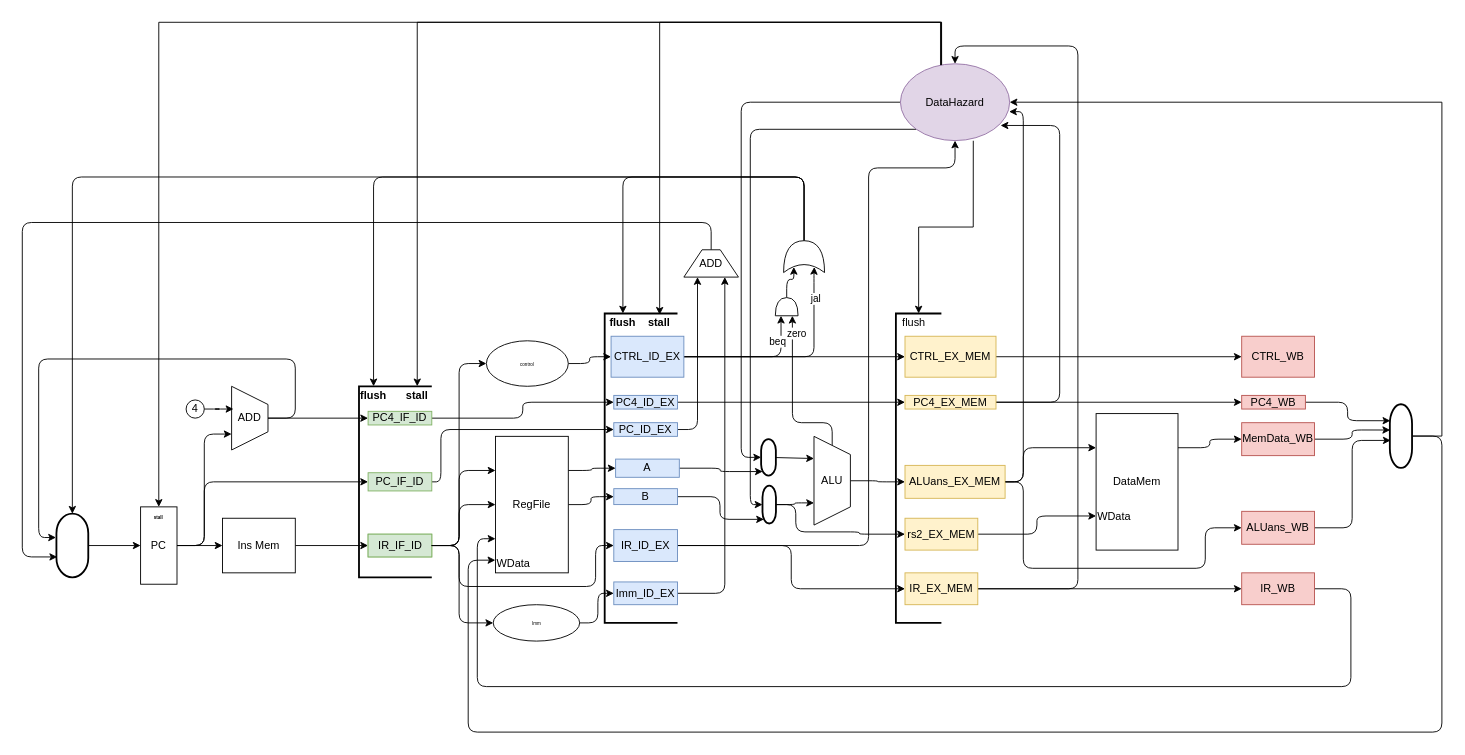
Earlier version of the draw.io diagram riscv_cpu_pipeline/Untitled Diagram.drawio (xyzustc/vvd-lab). Source tidied: cells renumbered, new cells numbered last; positions are measured from the earlier drawing's top-left corner, leaving out a move shared by most shapes. Both pictures are drawn from the tidied source at 91%, with x=0, y=0 at pixel (22, 22).
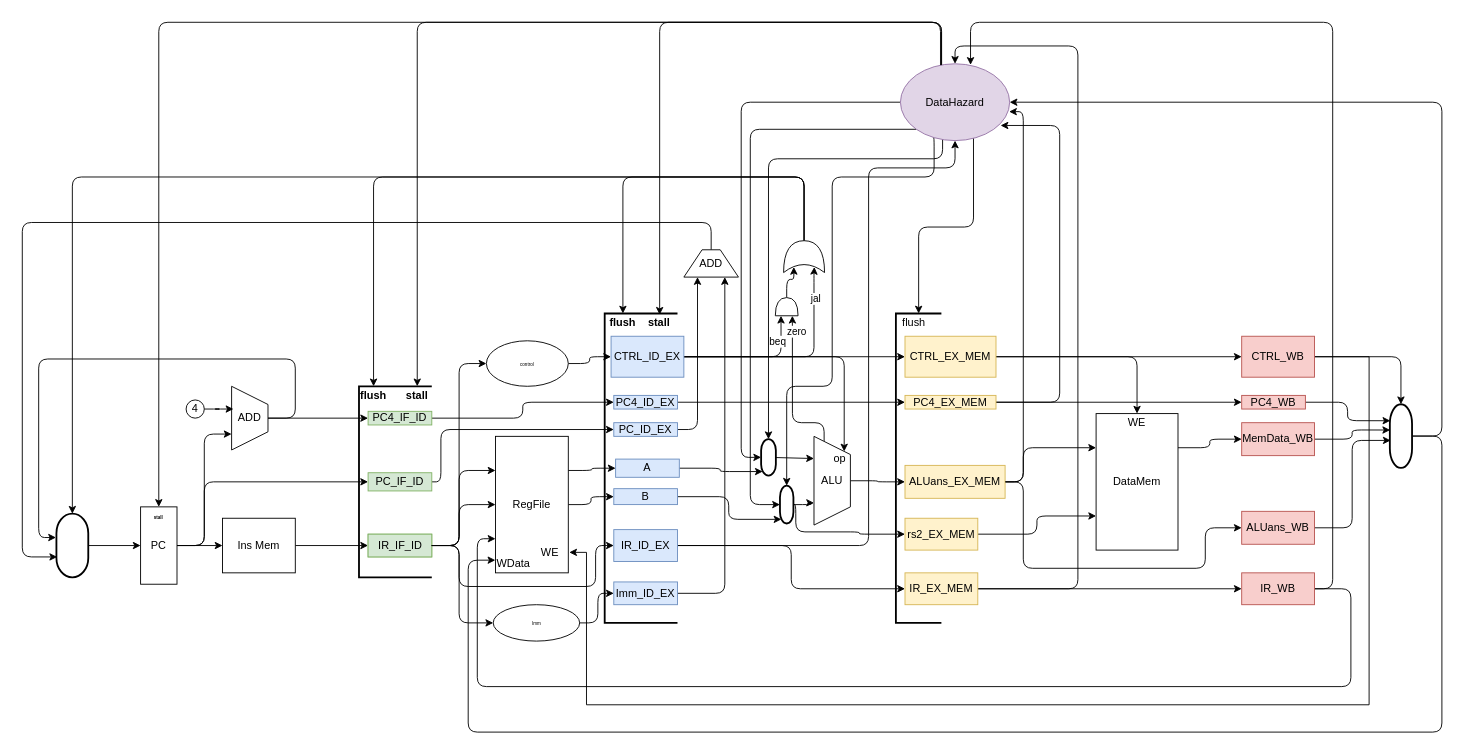
The same page after the edit.

Unchanged cells that the change refers to:
```xml
<mxCell id="20" style="strokeWidth=2;html=1;shape=mxgraph.flowchart.terminator;whiteSpace=wrap;rotation=90;" parent="1" vertex="1">
  <mxGeometry x="1480" y="442.5" width="70" height="24.4" as="geometry" />
</mxCell>
<mxCell id="46" value="CTRL_ID_EX" style="whiteSpace=wrap;html=1;fillColor=#dae8fc;strokeColor=#6c8ebf;" parent="1" vertex="1">
  <mxGeometry x="647" y="345" width="80" height="45" as="geometry" />
</mxCell>
<mxCell id="61" style="strokeWidth=2;html=1;shape=mxgraph.flowchart.terminator;whiteSpace=wrap;rotation=90;" parent="1" vertex="1">
  <mxGeometry x="800" y="470" width="40" height="16.2" as="geometry" />
</mxCell>
<mxCell id="69" value="rs2_EX_MEM" style="whiteSpace=wrap;html=1;fillColor=#fff2cc;strokeColor=#d6b656;" parent="1" vertex="1">
  <mxGeometry x="970" y="545" width="80" height="35" as="geometry" />
</mxCell>
<mxCell id="74" value="CTRL_EX_MEM" style="whiteSpace=wrap;html=1;fillColor=#fff2cc;strokeColor=#d6b656;" parent="1" vertex="1">
  <mxGeometry x="970" y="345" width="100" height="45" as="geometry" />
</mxCell>
<mxCell id="77" value="IR_WB" style="whiteSpace=wrap;html=1;fillColor=#f8cecc;strokeColor=#b85450;" parent="1" vertex="1">
  <mxGeometry x="1340" y="605" width="80" height="35" as="geometry" />
</mxCell>
<mxCell id="84" value="CTRL_WB" style="whiteSpace=wrap;html=1;fillColor=#f8cecc;strokeColor=#b85450;" parent="1" vertex="1">
  <mxGeometry x="1340" y="345" width="80" height="45" as="geometry" />
</mxCell>
<mxCell id="87" style="shape=or;whiteSpace=wrap;html=1;rotation=-90;" parent="1" vertex="1">
  <mxGeometry x="830" y="300" width="20" height="25" as="geometry" />
</mxCell>
<mxCell id="97" value="&lt;b&gt;stall&lt;/b&gt;" style="text;html=1;strokeColor=none;fillColor=none;align=center;verticalAlign=middle;whiteSpace=wrap;" parent="94" vertex="1">
  <mxGeometry x="48" width="32" height="20" as="geometry" />
</mxCell>
<mxCell id="99" style="strokeWidth=2;html=1;shape=mxgraph.flowchart.annotation_1;align=left;" parent="98" vertex="1">
  <mxGeometry width="80" height="340" as="geometry" />
</mxCell>
<mxCell id="102" style="group;" parent="1" vertex="1">
  <mxGeometry x="520" y="455" width="80" height="150" as="geometry" />
</mxCell>
<mxCell id="103" value="RegFile" style="whiteSpace=wrap;html=1;" parent="102" vertex="1">
  <mxGeometry width="80" height="150" as="geometry" />
</mxCell>
<mxCell id="109" value="DataHazard" style="ellipse;whiteSpace=wrap;html=1;fillColor=#e1d5e7;strokeColor=#9673a6;" parent="1" vertex="1">
  <mxGeometry x="965" y="45.6" width="120" height="84.4" as="geometry" />
</mxCell>
<mxCell id="110" style="group;" parent="1" vertex="1">
  <mxGeometry x="1180" y="430" width="90" height="150" as="geometry" />
</mxCell>
<mxCell id="116" value="PC" style="whiteSpace=wrap;html=1;" parent="115" vertex="1">
  <mxGeometry width="40" height="85" as="geometry" />
</mxCell>
<mxCell id="118" style="strokeWidth=2;html=1;shape=mxgraph.flowchart.annotation_1;align=left;" parent="1" vertex="1">
  <mxGeometry x="960" y="320" width="50" height="340" as="geometry" />
</mxCell>
```

What changed in the source:
```diff
@@
-    <mxCell id="19" style="edgeStyle=orthogonalEdgeStyle;rounded=0;jettySize=auto;html=1;entryX=1;entryY=0.5;entryDx=0;entryDy=0;" parent="1" edge="1" source="20" target="109">
+    <mxCell id="19" style="edgeStyle=orthogonalEdgeStyle;jettySize=auto;html=1;entryX=1;entryY=0.5;entryDx=0;entryDy=0;" parent="1" edge="1" source="20" target="109">
       <mxGeometry relative="1" as="geometry">
         <Array as="points">
           <mxPoint x="1560" y="455" />
           <mxPoint x="1560" y="88" />
         </Array>
       </mxGeometry>
     </mxCell>
@@
+    <mxCell id="120" style="edgeStyle=orthogonalEdgeStyle;jettySize=auto;html=1;entryX=0;entryY=0;entryDx=0;entryDy=0;" parent="1" edge="1" source="46" target="59">
+      <mxGeometry relative="1" as="geometry" />
+    </mxCell>
@@
-    <mxCell id="57" style="edgeStyle=orthogonalEdgeStyle;jettySize=auto;html=1;exitX=0;exitY=0.5;exitDx=0;exitDy=0;entryX=0;entryY=0.75;entryDx=0;entryDy=0;entryPerimeter=0;" parent="1" edge="1" source="59" target="87">
+    <mxCell id="57" style="edgeStyle=orthogonalEdgeStyle;jettySize=auto;html=1;exitX=0;exitY=0.75;exitDx=0;exitDy=0;entryX=0;entryY=0.75;entryDx=0;entryDy=0;entryPerimeter=0;" parent="1" edge="1" source="59" target="87">
       <mxGeometry relative="1" as="geometry">
         <Array as="points">
-          <mxPoint x="890" y="440" />
+          <mxPoint x="881" y="440" />
           <mxPoint x="846" y="440" />
         </Array>
       </mxGeometry>
     </mxCell>
@@
-    <mxCell id="59" value="ALU" style="shape=trapezoid;perimeter=trapezoidPerimeter;whiteSpace=wrap;html=1;fixedSize=1;direction=south;" parent="1" vertex="1">
-      <mxGeometry x="870" y="455" width="40" height="97.5" as="geometry" />
-    </mxCell>
@@
-    <mxCell id="63" style="edgeStyle=orthogonalEdgeStyle;jettySize=auto;html=1;entryX=0;entryY=0.5;entryDx=0;entryDy=0;fontSize=5;" parent="1" edge="1" source="64" target="69">
+    <mxCell id="63" style="edgeStyle=orthogonalEdgeStyle;jettySize=auto;html=1;entryX=0;entryY=0.5;entryDx=0;entryDy=0;fontSize=5;exitX=0.5;exitY=0;exitDx=0;exitDy=0;exitPerimeter=0;" parent="1" edge="1" source="64" target="69">
       <mxGeometry relative="1" as="geometry">
         <Array as="points">
           <mxPoint x="850" y="530" />
           <mxPoint x="850" y="560" />
           <mxPoint x="920" y="560" />
           <mxPoint x="920" y="563" />
         </Array>
       </mxGeometry>
     </mxCell>
     <mxCell id="64" style="strokeWidth=2;html=1;shape=mxgraph.flowchart.terminator;whiteSpace=wrap;rotation=90;" parent="1" vertex="1">
-      <mxGeometry x="800" y="522.6" width="41.6" height="14.8" as="geometry" />
+      <mxGeometry x="819.2" y="522.6" width="41.6" height="14.8" as="geometry" />
     </mxCell>
@@
+    <mxCell id="121" style="edgeStyle=orthogonalEdgeStyle;jettySize=auto;html=1;entryX=0.5;entryY=0;entryDx=0;entryDy=0;" parent="1" edge="1" source="74" target="111">
+      <mxGeometry relative="1" as="geometry" />
+    </mxCell>
@@
+    <mxCell id="122" style="edgeStyle=orthogonalEdgeStyle;jettySize=auto;html=1;entryX=0.642;entryY=0.014;entryDx=0;entryDy=0;entryPerimeter=0;" parent="1" edge="1" source="77" target="109">
+      <mxGeometry relative="1" as="geometry">
+        <Array as="points">
+          <mxPoint x="1440" y="623" />
+          <mxPoint x="1440" />
+          <mxPoint x="1042" />
+        </Array>
+      </mxGeometry>
+    </mxCell>
@@
+    <mxCell id="123" style="edgeStyle=orthogonalEdgeStyle;jettySize=auto;html=1;entryX=0;entryY=0.5;entryDx=0;entryDy=0;entryPerimeter=0;" parent="1" edge="1" source="84" target="20">
+      <mxGeometry relative="1" as="geometry" />
+    </mxCell>
+    <mxCell id="124" style="edgeStyle=orthogonalEdgeStyle;rounded=0;jettySize=auto;html=1;entryX=1.013;entryY=0.85;entryDx=0;entryDy=0;entryPerimeter=0;" parent="1" edge="1" source="84" target="103">
+      <mxGeometry relative="1" as="geometry">
+        <Array as="points">
+          <mxPoint x="1480" y="368" />
+          <mxPoint x="1480" y="750" />
+          <mxPoint x="620" y="750" />
+          <mxPoint x="620" y="583" />
+        </Array>
+      </mxGeometry>
+    </mxCell>
@@
+    <mxCell id="125" value="WE" style="text;html=1;strokeColor=none;fillColor=none;align=center;verticalAlign=middle;whiteSpace=wrap;rounded=0;" parent="102" vertex="1">
+      <mxGeometry x="40" y="115" width="40" height="25" as="geometry" />
+    </mxCell>
@@
-    <mxCell id="107" style="edgeStyle=orthogonalEdgeStyle;rounded=0;jettySize=auto;html=1;exitX=0.375;exitY=0.052;exitDx=0;exitDy=0;exitPerimeter=0;entryX=0.5;entryY=0;entryDx=0;entryDy=0;" parent="1" edge="1" source="109" target="116">
+    <mxCell id="107" style="edgeStyle=orthogonalEdgeStyle;jettySize=auto;html=1;exitX=0.375;exitY=0.052;exitDx=0;exitDy=0;exitPerimeter=0;entryX=0.5;entryY=0;entryDx=0;entryDy=0;" parent="1" edge="1" source="109" target="116">
       <mxGeometry relative="1" as="geometry">
         <Array as="points">
           <mxPoint x="1010" />
           <mxPoint x="150" />
         </Array>
       </mxGeometry>
     </mxCell>
-    <mxCell id="108" style="edgeStyle=orthogonalEdgeStyle;rounded=0;jettySize=auto;html=1;exitX=0.667;exitY=1.002;exitDx=0;exitDy=0;entryX=0.5;entryY=0;entryDx=0;entryDy=0;entryPerimeter=0;exitPerimeter=0;" parent="1" edge="1" source="109" target="118">
+    <mxCell id="108" style="edgeStyle=orthogonalEdgeStyle;jettySize=auto;html=1;exitX=0.669;exitY=0.961;exitDx=0;exitDy=0;entryX=0.5;entryY=0;entryDx=0;entryDy=0;entryPerimeter=0;exitPerimeter=0;" parent="1" edge="1" source="109" target="118">
       <mxGeometry relative="1" as="geometry" />
     </mxCell>
+    <mxCell id="126" style="edgeStyle=orthogonalEdgeStyle;jettySize=auto;html=1;exitX=0.386;exitY=0.981;exitDx=0;exitDy=0;entryX=0;entryY=0.5;entryDx=0;entryDy=0;entryPerimeter=0;exitPerimeter=0;" parent="1" edge="1" source="109" target="61">
+      <mxGeometry relative="1" as="geometry">
+        <Array as="points">
+          <mxPoint x="1011" y="150" />
+          <mxPoint x="820" y="150" />
+        </Array>
+      </mxGeometry>
+    </mxCell>
+    <mxCell id="127" style="edgeStyle=orthogonalEdgeStyle;jettySize=auto;html=1;exitX=0.297;exitY=0.954;exitDx=0;exitDy=0;entryX=0;entryY=0.5;entryDx=0;entryDy=0;entryPerimeter=0;exitPerimeter=0;" parent="1" edge="1" source="109" target="64">
+      <mxGeometry relative="1" as="geometry">
+        <Array as="points">
+          <mxPoint x="1002" y="126" />
+          <mxPoint x="1002" y="170" />
+          <mxPoint x="890" y="170" />
+          <mxPoint x="890" y="400" />
+          <mxPoint x="840" y="400" />
+        </Array>
+      </mxGeometry>
+    </mxCell>
@@
+    <mxCell id="112" value="WData" style="text;html=1;strokeColor=none;fillColor=none;align=center;verticalAlign=middle;whiteSpace=wrap;" parent="110" vertex="1">
+      <mxGeometry y="102.5" width="40" height="20" as="geometry" />
+    </mxCell>
+    <mxCell id="128" style="group;" parent="110" vertex="1">
+      <mxGeometry width="90" height="150" as="geometry" />
+    </mxCell>
-    <mxCell id="111" value="DataMem" style="whiteSpace=wrap;html=1;" parent="110" vertex="1">
+    <mxCell id="111" value="DataMem" style="whiteSpace=wrap;html=1;" parent="128" vertex="1">
       <mxGeometry width="90" height="150" as="geometry" />
     </mxCell>
-    <mxCell id="112" value="WData" style="text;html=1;strokeColor=none;fillColor=none;align=center;verticalAlign=middle;whiteSpace=wrap;" parent="110" vertex="1">
-      <mxGeometry y="102.5" width="40" height="20" as="geometry" />
-    </mxCell>
+    <mxCell id="129" value="WE" style="text;html=1;strokeColor=none;fillColor=none;align=center;verticalAlign=middle;whiteSpace=wrap;" parent="128" vertex="1">
+      <mxGeometry x="25" width="40" height="20" as="geometry" />
+    </mxCell>
-    <mxCell id="113" style="edgeStyle=orthogonalEdgeStyle;rounded=0;jettySize=auto;html=1;entryX=0.5;entryY=0;entryDx=0;entryDy=0;" parent="1" edge="1" target="97">
+    <mxCell id="113" style="edgeStyle=orthogonalEdgeStyle;jettySize=auto;html=1;entryX=0.5;entryY=0;entryDx=0;entryDy=0;" parent="1" edge="1" target="97">
       <mxGeometry relative="1" as="geometry">
         <mxPoint x="1009" y="47" as="sourcePoint" />
         <Array as="points">
           <mxPoint x="1009" />
           <mxPoint x="434" />
         </Array>
       </mxGeometry>
     </mxCell>
-    <mxCell id="114" style="edgeStyle=orthogonalEdgeStyle;rounded=0;jettySize=auto;html=1;exitX=0.377;exitY=0.016;exitDx=0;exitDy=0;exitPerimeter=0;entryX=0.755;entryY=0.004;entryDx=0;entryDy=0;entryPerimeter=0;" parent="1" edge="1" source="109" target="99">
+    <mxCell id="114" style="edgeStyle=orthogonalEdgeStyle;jettySize=auto;html=1;exitX=0.377;exitY=0.016;exitDx=0;exitDy=0;exitPerimeter=0;entryX=0.755;entryY=0.004;entryDx=0;entryDy=0;entryPerimeter=0;" parent="1" edge="1" source="109" target="99">
       <mxGeometry relative="1" as="geometry">
         <Array as="points">
           <mxPoint x="1010" />
           <mxPoint x="700" />
         </Array>
       </mxGeometry>
     </mxCell>
@@
-    <mxCell id="119" value="flush" style="text;html=1;strokeColor=none;fillColor=none;align=center;verticalAlign=middle;whiteSpace=wrap;rounded=0;" parent="1" vertex="1">
+    <mxCell id="119" value="flush" style="text;html=1;strokeColor=none;fillColor=none;align=center;verticalAlign=middle;whiteSpace=wrap;" parent="1" vertex="1">
       <mxGeometry x="960" y="320" width="40" height="20" as="geometry" />
     </mxCell>
+    <mxCell id="130" style="group;" parent="1" vertex="1">
+      <mxGeometry x="870" y="455" width="40" height="97.5" as="geometry" />
+    </mxCell>
+    <mxCell id="59" value="ALU" style="shape=trapezoid;perimeter=trapezoidPerimeter;whiteSpace=wrap;html=1;fixedSize=1;direction=south;" parent="130" vertex="1">
+      <mxGeometry width="40" height="97.5" as="geometry" />
+    </mxCell>
+    <mxCell id="131" value="op" style="text;html=1;strokeColor=none;fillColor=none;align=center;verticalAlign=middle;whiteSpace=wrap;" parent="130" vertex="1">
+      <mxGeometry x="16.6" y="15" width="23.4" height="20" as="geometry" />
+    </mxCell>
```
